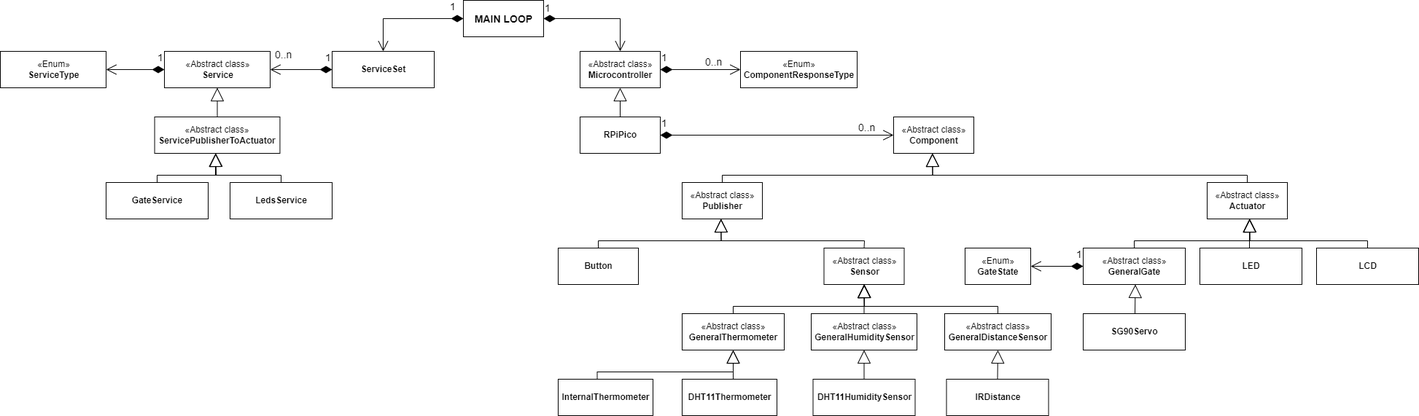
The draw.io diagram backend/things/diagram/uml_diagram.png in kedar389/iot-parking, before a commit. Source tidied: cells renumbered, new cells last; positions are measured from the earlier drawing's top-left corner, leaving out a move shared by most shapes.
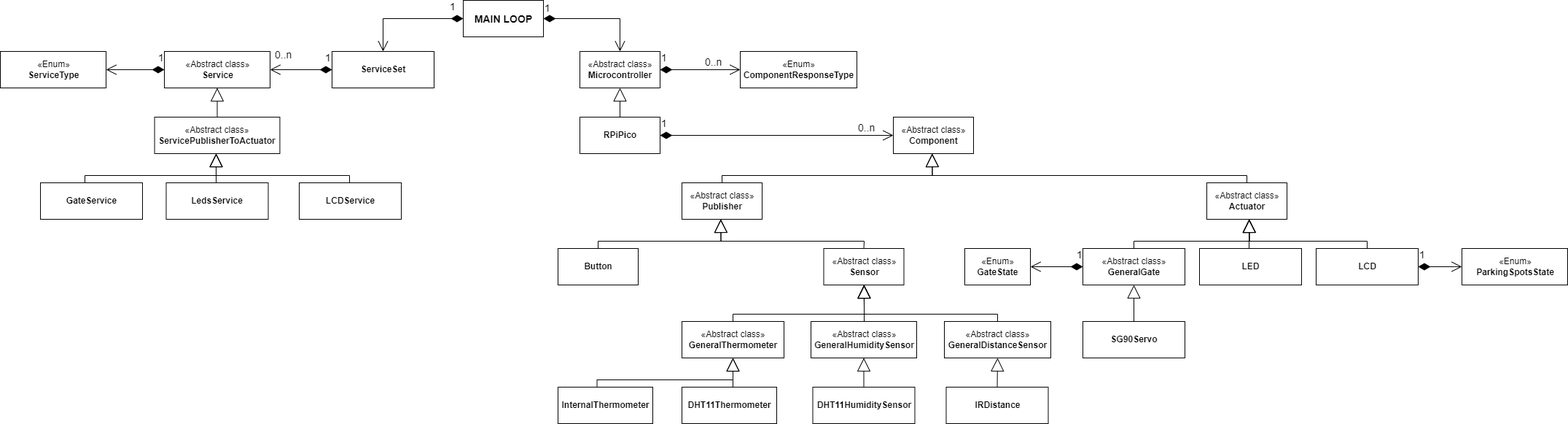
Later version of the same file.

Change to the diagram source:
```diff
@@ -24,25 +24,25 @@
       <mxGeometry x="1129.5" y="340" width="110" height="50" as="geometry" />
     </mxCell>
     <mxCell id="9" value="«Abstract class»&lt;br&gt;&lt;b&gt;GeneralThermometer&lt;/b&gt;" style="html=1;" parent="1" vertex="1">
-      <mxGeometry x="935" y="430" width="140" height="50" as="geometry" />
+      <mxGeometry x="935" y="440" width="140" height="50" as="geometry" />
     </mxCell>
     <mxCell id="10" value="«Abstract class»&lt;br&gt;&lt;b&gt;GeneralHumiditySensor&lt;/b&gt;" style="html=1;" parent="1" vertex="1">
-      <mxGeometry x="1112" y="430" width="145" height="50" as="geometry" />
+      <mxGeometry x="1112" y="440" width="145" height="50" as="geometry" />
     </mxCell>
     <mxCell id="11" value="«Abstract class»&lt;br&gt;&lt;b&gt;GeneralDistanceSensor&lt;/b&gt;" style="html=1;" parent="1" vertex="1">
-      <mxGeometry x="1295" y="430" width="146" height="50" as="geometry" />
+      <mxGeometry x="1295" y="440" width="146" height="50" as="geometry" />
     </mxCell>
     <mxCell id="12" value="&lt;b&gt;InternalThermometer&lt;/b&gt;" style="html=1;" parent="1" vertex="1">
-      <mxGeometry x="765" y="520" width="130" height="50" as="geometry" />
+      <mxGeometry x="765" y="530" width="130" height="50" as="geometry" />
     </mxCell>
     <mxCell id="13" value="&lt;b&gt;DHT11Thermometer&lt;/b&gt;" style="html=1;" parent="1" vertex="1">
-      <mxGeometry x="935" y="520" width="130" height="50" as="geometry" />
+      <mxGeometry x="935" y="530" width="130" height="50" as="geometry" />
     </mxCell>
     <mxCell id="14" value="&lt;b&gt;DHT11HumiditySensor&lt;/b&gt;" style="html=1;" parent="1" vertex="1">
-      <mxGeometry x="1114.5" y="520" width="140" height="50" as="geometry" />
+      <mxGeometry x="1114.5" y="530" width="140" height="50" as="geometry" />
     </mxCell>
     <mxCell id="15" value="&lt;b&gt;IRDistance&lt;/b&gt;" style="html=1;" parent="1" vertex="1">
-      <mxGeometry x="1297.5" y="520" width="140" height="50" as="geometry" />
+      <mxGeometry x="1297.5" y="530" width="140" height="50" as="geometry" />
     </mxCell>
     <mxCell id="16" value="«Abstract class»&lt;br&gt;&lt;b&gt;Service&lt;/b&gt;" style="html=1;" parent="1" vertex="1">
       <mxGeometry x="225" y="70" width="145" height="50" as="geometry" />
@@ -54,10 +54,10 @@
       <mxGeometry x="211.6" y="160" width="171.9" height="50" as="geometry" />
     </mxCell>
     <mxCell id="19" value="&lt;b&gt;GateService&lt;/b&gt;" style="html=1;" parent="1" vertex="1">
-      <mxGeometry x="145" y="250" width="140" height="50" as="geometry" />
+      <mxGeometry x="55" y="250" width="140" height="50" as="geometry" />
     </mxCell>
     <mxCell id="20" value="&lt;b&gt;LedsService&lt;/b&gt;" style="html=1;" parent="1" vertex="1">
-      <mxGeometry x="315" y="250" width="140" height="50" as="geometry" />
+      <mxGeometry x="227.5" y="250" width="140" height="50" as="geometry" />
     </mxCell>
     <mxCell id="21" value="«Abstract class»&lt;br&gt;&lt;b&gt;Actuator&lt;/b&gt;" style="html=1;" parent="1" vertex="1">
       <mxGeometry x="1655" y="250" width="110" height="50" as="geometry" />
@@ -74,11 +74,12 @@
     <mxCell id="25" style="endArrow=block;endSize=16;endFill=0;html=1;rounded=0;fontSize=14;entryX=0.5;entryY=1;entryDx=0;entryDy=0;exitX=0.5;exitY=0;exitDx=0;exitDy=0;" parent="1" edge="1" source="4" target="2">
       <mxGeometry relative="1" as="geometry" />
     </mxCell>
-    <mxCell id="26" style="endArrow=block;endSize=16;endFill=0;html=1;rounded=0;fontSize=14;exitX=0.5;exitY=0;exitDx=0;exitDy=0;entryX=0.5;entryY=1;entryDx=0;entryDy=0;" parent="1" edge="1" source="9" target="8">
+    <mxCell id="26" style="endArrow=block;endSize=16;endFill=0;html=1;rounded=0;fontSize=14;exitX=0.5;exitY=0;exitDx=0;exitDy=0;" parent="1" edge="1" source="9">
       <mxGeometry relative="1" as="geometry">
+        <mxPoint x="1185" y="390" as="targetPoint" />
         <Array as="points">
-          <mxPoint x="1005" y="420" />
-          <mxPoint x="1185" y="420" />
+          <mxPoint x="1005" y="430" />
+          <mxPoint x="1185" y="430" />
         </Array>
       </mxGeometry>
     </mxCell>
@@ -91,13 +92,16 @@
       <mxGeometry relative="1" as="geometry">
         <mxPoint x="1185" y="390" as="targetPoint" />
         <Array as="points">
-          <mxPoint x="1368" y="420" />
-          <mxPoint x="1185" y="420" />
+          <mxPoint x="1368" y="430" />
+          <mxPoint x="1185" y="430" />
         </Array>
       </mxGeometry>
     </mxCell>
-    <mxCell id="29" style="endArrow=block;endSize=16;endFill=0;html=1;rounded=0;fontSize=14;entryX=0.5;entryY=1;entryDx=0;entryDy=0;exitX=0.5;exitY=0;exitDx=0;exitDy=0;" parent="1" edge="1" source="10" target="8">
-      <mxGeometry relative="1" as="geometry" />
+    <mxCell id="29" style="endArrow=block;endSize=16;endFill=0;html=1;rounded=0;fontSize=14;" parent="1" edge="1">
+      <mxGeometry relative="1" as="geometry">
+        <mxPoint x="1185" y="440" as="sourcePoint" />
+        <mxPoint x="1185" y="390" as="targetPoint" />
+      </mxGeometry>
     </mxCell>
     <mxCell id="30" style="endArrow=block;endSize=16;endFill=0;html=1;rounded=0;fontSize=14;exitX=0.5;exitY=0;exitDx=0;exitDy=0;entryX=0.5;entryY=1;entryDx=0;entryDy=0;" parent="1" edge="1">
       <mxGeometry relative="1" as="geometry">
@@ -162,17 +166,17 @@
     </mxCell>
     <mxCell id="37" style="endArrow=block;endSize=16;endFill=0;html=1;rounded=0;fontSize=14;exitX=0.5;exitY=0;exitDx=0;exitDy=0;" parent="1" edge="1">
       <mxGeometry relative="1" as="geometry">
-        <mxPoint x="818.5" y="520" as="sourcePoint" />
-        <mxPoint x="1005" y="480" as="targetPoint" />
+        <mxPoint x="818.5" y="530" as="sourcePoint" />
+        <mxPoint x="1005" y="490" as="targetPoint" />
         <Array as="points">
-          <mxPoint x="818.5" y="510" />
-          <mxPoint x="1005" y="510" />
+          <mxPoint x="818.5" y="520" />
+          <mxPoint x="1005" y="520" />
         </Array>
       </mxGeometry>
     </mxCell>
     <mxCell id="38" style="endArrow=block;endSize=16;endFill=0;html=1;rounded=0;fontSize=14;entryX=0.5;entryY=1;entryDx=0;entryDy=0;" parent="1" edge="1" target="9">
       <mxGeometry relative="1" as="geometry">
-        <mxPoint x="1005" y="520" as="sourcePoint" />
+        <mxPoint x="1005" y="530" as="sourcePoint" />
       </mxGeometry>
     </mxCell>
     <mxCell id="39" style="endArrow=block;endSize=16;endFill=0;html=1;rounded=0;fontSize=14;entryX=0.5;entryY=1;entryDx=0;entryDy=0;exitX=0.5;exitY=0;exitDx=0;exitDy=0;" parent="1" edge="1" source="14" target="10">
@@ -181,24 +185,6 @@
     <mxCell id="40" style="endArrow=block;endSize=16;endFill=0;html=1;rounded=0;fontSize=14;entryX=0.5;entryY=1;entryDx=0;entryDy=0;exitX=0.5;exitY=0;exitDx=0;exitDy=0;" parent="1" edge="1" source="15" target="11">
       <mxGeometry relative="1" as="geometry" />
     </mxCell>
-    <mxCell id="41" style="endArrow=block;endSize=16;endFill=0;html=1;rounded=0;fontSize=14;exitX=0.5;exitY=0;exitDx=0;exitDy=0;entryX=0.5;entryY=1;entryDx=0;entryDy=0;" parent="1" edge="1" source="19">
-      <mxGeometry relative="1" as="geometry">
-        <mxPoint x="295.5" y="210" as="targetPoint" />
-        <Array as="points">
-          <mxPoint x="215" y="240" />
-          <mxPoint x="296" y="240" />
-        </Array>
-      </mxGeometry>
-    </mxCell>
-    <mxCell id="42" style="endArrow=block;endSize=16;endFill=0;html=1;rounded=0;fontSize=14;exitX=0.5;exitY=0;exitDx=0;exitDy=0;" parent="1" edge="1" source="20">
-      <mxGeometry relative="1" as="geometry">
-        <mxPoint x="295" y="210" as="targetPoint" />
-        <Array as="points">
-          <mxPoint x="385" y="240" />
-          <mxPoint x="295" y="240" />
-        </Array>
-      </mxGeometry>
-    </mxCell>
     <mxCell id="43" value="1" style="endArrow=open;html=1;endSize=12;startArrow=diamondThin;startSize=14;startFill=1;edgeStyle=orthogonalEdgeStyle;align=left;verticalAlign=bottom;rounded=0;fontSize=14;exitX=1;exitY=0.5;exitDx=0;exitDy=0;entryX=0.5;entryY=0;entryDx=0;entryDy=0;" parent="1" edge="1" source="3" target="2">
       <mxGeometry x="-1" y="3" relative="1" as="geometry" />
     </mxCell>
@@ -224,13 +210,10 @@
       <mxGeometry x="-0.72" y="-5" relative="1" as="geometry" />
     </mxCell>
     <mxCell id="51" value="&lt;b&gt;SG90Servo&lt;br&gt;&lt;/b&gt;" style="html=1;" parent="1" vertex="1">
-      <mxGeometry x="1485" y="430" width="140" height="50" as="geometry" />
+      <mxGeometry x="1485" y="440" width="140" height="50" as="geometry" />
     </mxCell>
-    <mxCell id="52" style="endArrow=block;endSize=16;endFill=0;html=1;rounded=0;fontSize=14;entryX=0.5;entryY=1;entryDx=0;entryDy=0;exitX=0.5;exitY=0;exitDx=0;exitDy=0;" parent="1" edge="1">
-      <mxGeometry relative="1" as="geometry">
-        <mxPoint x="1556" y="430" as="sourcePoint" />
-        <mxPoint x="1556.5" y="390" as="targetPoint" />
-      </mxGeometry>
+    <mxCell id="52" style="endArrow=block;endSize=16;endFill=0;html=1;rounded=0;fontSize=14;entryX=0.5;entryY=1;entryDx=0;entryDy=0;exitX=0.5;exitY=0;exitDx=0;exitDy=0;" parent="1" edge="1" source="51" target="58">
+      <mxGeometry relative="1" as="geometry" />
     </mxCell>
     <mxCell id="53" value="«Enum»&lt;br&gt;&lt;b&gt;ComponentResponseType&lt;/b&gt;" style="html=1;" parent="1" vertex="1">
       <mxGeometry x="1015" y="70" width="160" height="50" as="geometry" />
@@ -252,5 +235,45 @@
     <mxCell id="58" value="«Abstract class»&lt;br&gt;&lt;b&gt;GeneralGate&lt;/b&gt;" style="html=1;" parent="1" vertex="1">
       <mxGeometry x="1485" y="340" width="140" height="50" as="geometry" />
     </mxCell>
+    <mxCell id="59" value="&lt;b&gt;LCDService&lt;/b&gt;" style="html=1;" parent="1" vertex="1">
+      <mxGeometry x="410" y="250" width="140" height="50" as="geometry" />
+    </mxCell>
+    <mxCell id="60" value="«Enum»&lt;br&gt;&lt;b&gt;ParkingSpotsState&lt;/b&gt;" style="html=1;" parent="1" vertex="1">
+      <mxGeometry x="2005" y="340" width="145" height="50" as="geometry" />
+    </mxCell>
+    <mxCell id="61" value="1" style="endArrow=open;html=1;endSize=12;startArrow=diamondThin;startSize=14;startFill=1;edgeStyle=orthogonalEdgeStyle;align=left;verticalAlign=bottom;rounded=0;fontSize=14;entryX=0;entryY=0.5;entryDx=0;entryDy=0;exitX=1;exitY=0.5;exitDx=0;exitDy=0;" parent="1" edge="1" source="22" target="60">
+      <mxGeometry x="-1" y="5" relative="1" as="geometry">
+        <Array as="points">
+          <mxPoint x="1995" y="365" />
+          <mxPoint x="1995" y="365" />
+        </Array>
+      </mxGeometry>
+    </mxCell>
+    <mxCell id="62" style="endArrow=block;endSize=16;endFill=0;html=1;rounded=0;fontSize=14;exitX=0.5;exitY=0;exitDx=0;exitDy=0;" parent="1" edge="1">
+      <mxGeometry relative="1" as="geometry">
+        <mxPoint x="116" y="250" as="sourcePoint" />
+        <mxPoint x="296" y="210" as="targetPoint" />
+        <Array as="points">
+          <mxPoint x="116" y="240" />
+          <mxPoint x="296" y="240" />
+        </Array>
+      </mxGeometry>
+    </mxCell>
+    <mxCell id="63" style="endArrow=block;endSize=16;endFill=0;html=1;rounded=0;fontSize=14;exitX=0.5;exitY=0;exitDx=0;exitDy=0;" parent="1" edge="1">
+      <mxGeometry relative="1" as="geometry">
+        <mxPoint x="479" y="250" as="sourcePoint" />
+        <mxPoint x="296" y="210" as="targetPoint" />
+        <Array as="points">
+          <mxPoint x="479" y="240" />
+          <mxPoint x="296" y="240" />
+        </Array>
+      </mxGeometry>
+    </mxCell>
+    <mxCell id="64" style="endArrow=block;endSize=16;endFill=0;html=1;rounded=0;fontSize=14;" parent="1" edge="1">
+      <mxGeometry relative="1" as="geometry">
+        <mxPoint x="296" y="250" as="sourcePoint" />
+        <mxPoint x="296" y="210" as="targetPoint" />
+      </mxGeometry>
+    </mxCell>
   </root>
 </mxGraphModel>
```
